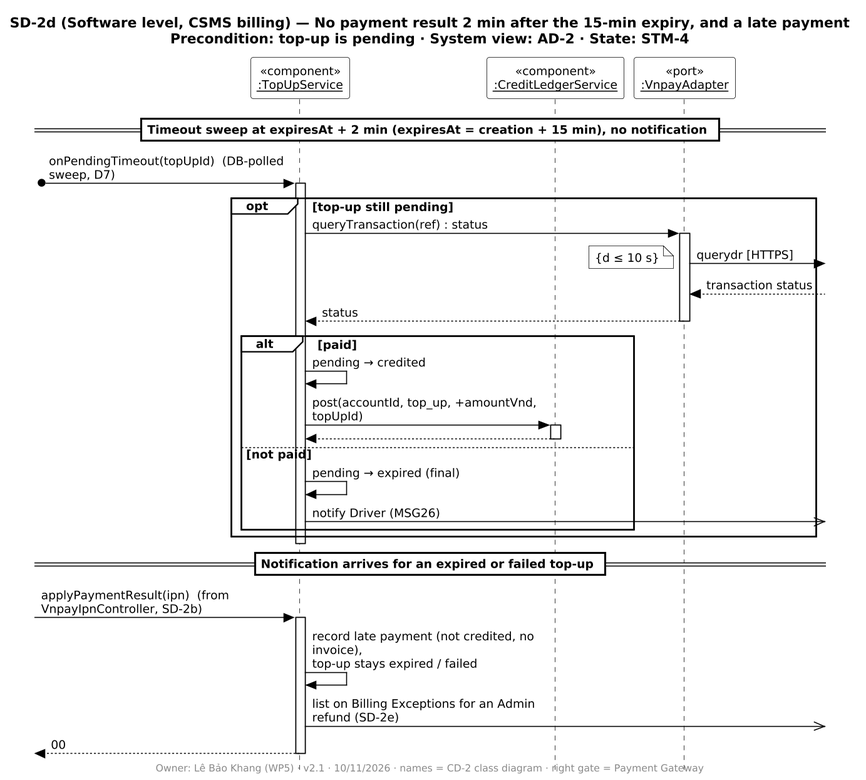
PowerMeApp/powerme keeps this PlantUML diagram as diagrams/report4/sequence/SD-2d/SD-2d.png. Above is the earlier version. Source of this version:
```plantuml
@startuml SD-2d
!include ../_style.iuml
title SD-2d (Software level, CSMS billing) — No payment result 2 min after the 15-min expiry, and a late payment\nPrecondition: top-up is pending · System view: AD-2 · State: STM-4
footer Owner: Lê Bảo Khang (WP5) · v2.1 · 10/11/2026 · names = CD-2 class diagram · right gate = Payment Gateway

participant "«component»\n<u>:TopUpService</u>" as TS
participant "«component»\n<u>:CreditLedgerService</u>" as CL
participant "«port»\n<u>:VnpayAdapter</u>" as VA

== Timeout sweep at expiresAt + 2 min (expiresAt = creation + 15 min), no notification ==
[o-> TS ++ : onPendingTimeout(topUpId)  (DB-polled sweep, D7)
opt top-up still pending
  TS -> VA ++ : queryTransaction(ref) : status
  VA ->] : querydr [HTTPS]
  note right : {d ≤ 10 s}
  VA <--] : transaction status
  VA --> TS -- : status
  alt paid
    TS -> TS : pending → credited
    TS -> CL ++ : post(accountId, top_up, +amountVnd, topUpId)
    CL --> TS --
  else not paid
    TS -> TS : pending → expired (final)
    TS ->>] : notify Driver (MSG26)
  end
end
deactivate TS

== Notification arrives for an expired or failed top-up ==
[-> TS ++ : applyPaymentResult(ipn)  (from VnpayIpnController, SD-2b)
TS -> TS : record late payment (not credited, no invoice),\ntop-up stays expired / failed
TS ->>] : list on Billing Exceptions for an Admin refund (SD-2e)
[<-- TS -- : 00
@enduml
```
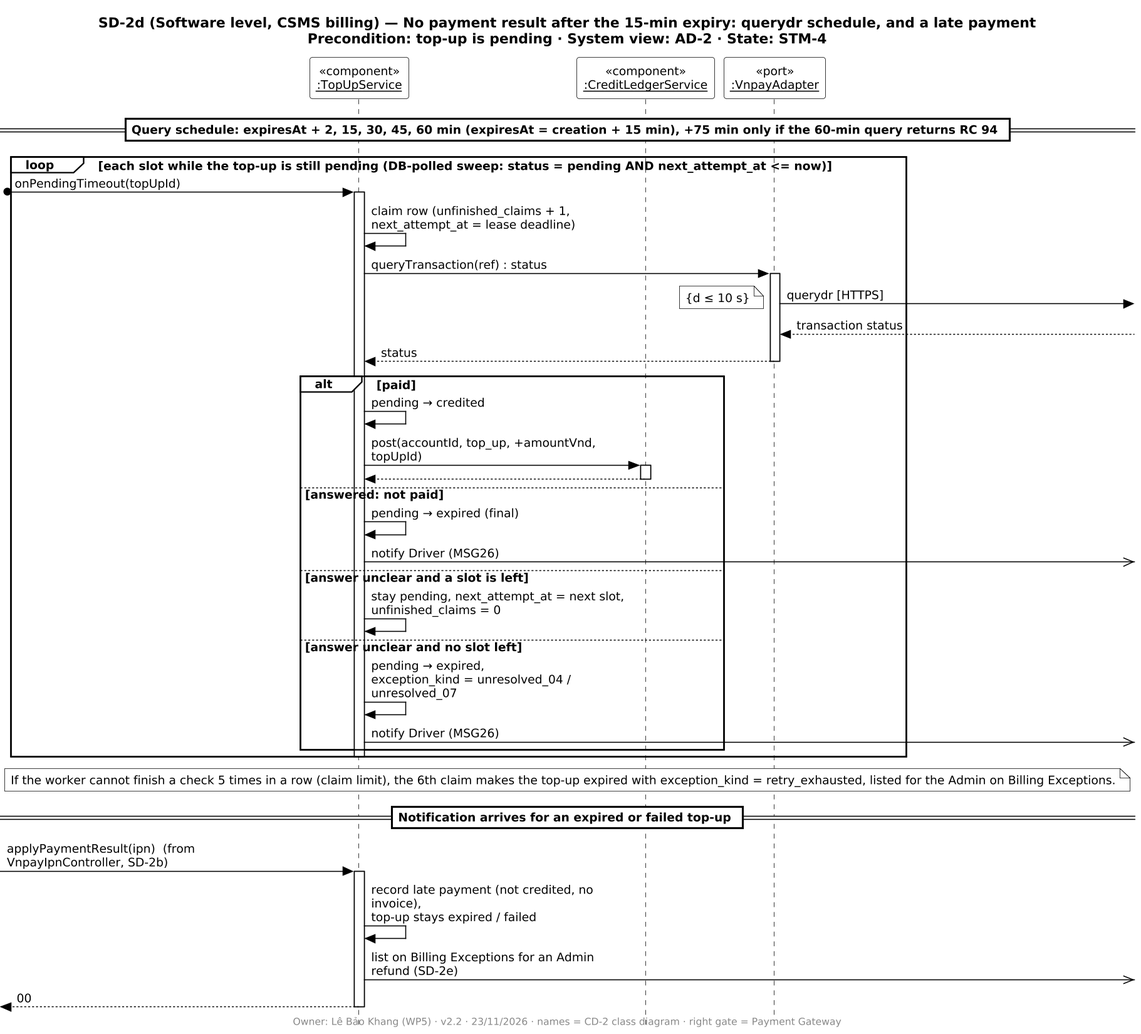
Later version of the same file.

Change to the diagram source:
```diff
@@ -1,15 +1,16 @@
 @startuml SD-2d
 !include ../_style.iuml
-title SD-2d (Software level, CSMS billing) — No payment result 2 min after the 15-min expiry, and a late payment\nPrecondition: top-up is pending · System view: AD-2 · State: STM-4
-footer Owner: Lê Bảo Khang (WP5) · v2.1 · 10/11/2026 · names = CD-2 class diagram · right gate = Payment Gateway
+title SD-2d (Software level, CSMS billing) — No payment result after the 15-min expiry: querydr schedule, and a late payment\nPrecondition: top-up is pending · System view: AD-2 · State: STM-4
+footer Owner: Lê Bảo Khang (WP5) · v2.2 · 23/11/2026 · names = CD-2 class diagram · right gate = Payment Gateway
 
 participant "«component»\n<u>:TopUpService</u>" as TS
 participant "«component»\n<u>:CreditLedgerService</u>" as CL
 participant "«port»\n<u>:VnpayAdapter</u>" as VA
 
-== Timeout sweep at expiresAt + 2 min (expiresAt = creation + 15 min), no notification ==
-[o-> TS ++ : onPendingTimeout(topUpId)  (DB-polled sweep, D7)
-opt top-up still pending
+== Query schedule: expiresAt + 2, 15, 30, 45, 60 min (expiresAt = creation + 15 min), +75 min only if the 60-min query returns RC 94 ==
+loop each slot while the top-up is still pending (DB-polled sweep: status = pending AND next_attempt_at <= now)
+  [o-> TS ++ : onPendingTimeout(topUpId)
+  TS -> TS : claim row (unfinished_claims + 1,\nnext_attempt_at = lease deadline)
   TS -> VA ++ : queryTransaction(ref) : status
   VA ->] : querydr [HTTPS]
   note right : {d ≤ 10 s}
@@ -19,12 +20,18 @@
     TS -> TS : pending → credited
     TS -> CL ++ : post(accountId, top_up, +amountVnd, topUpId)
     CL --> TS --
-  else not paid
+  else answered: not paid
     TS -> TS : pending → expired (final)
     TS ->>] : notify Driver (MSG26)
+  else answer unclear and a slot is left
+    TS -> TS : stay pending, next_attempt_at = next slot,\nunfinished_claims = 0
+  else answer unclear and no slot left
+    TS -> TS : pending → expired,\nexception_kind = unresolved_04 / unresolved_07
+    TS ->>] : notify Driver (MSG26)
   end
+  deactivate TS
 end
-deactivate TS
+note over TS, VA : If the worker cannot finish a check 5 times in a row (claim limit), the 6th claim makes the top-up expired with exception_kind = retry_exhausted, listed for the Admin on Billing Exceptions.
 
 == Notification arrives for an expired or failed top-up ==
 [-> TS ++ : applyPaymentResult(ipn)  (from VnpayIpnController, SD-2b)
```
